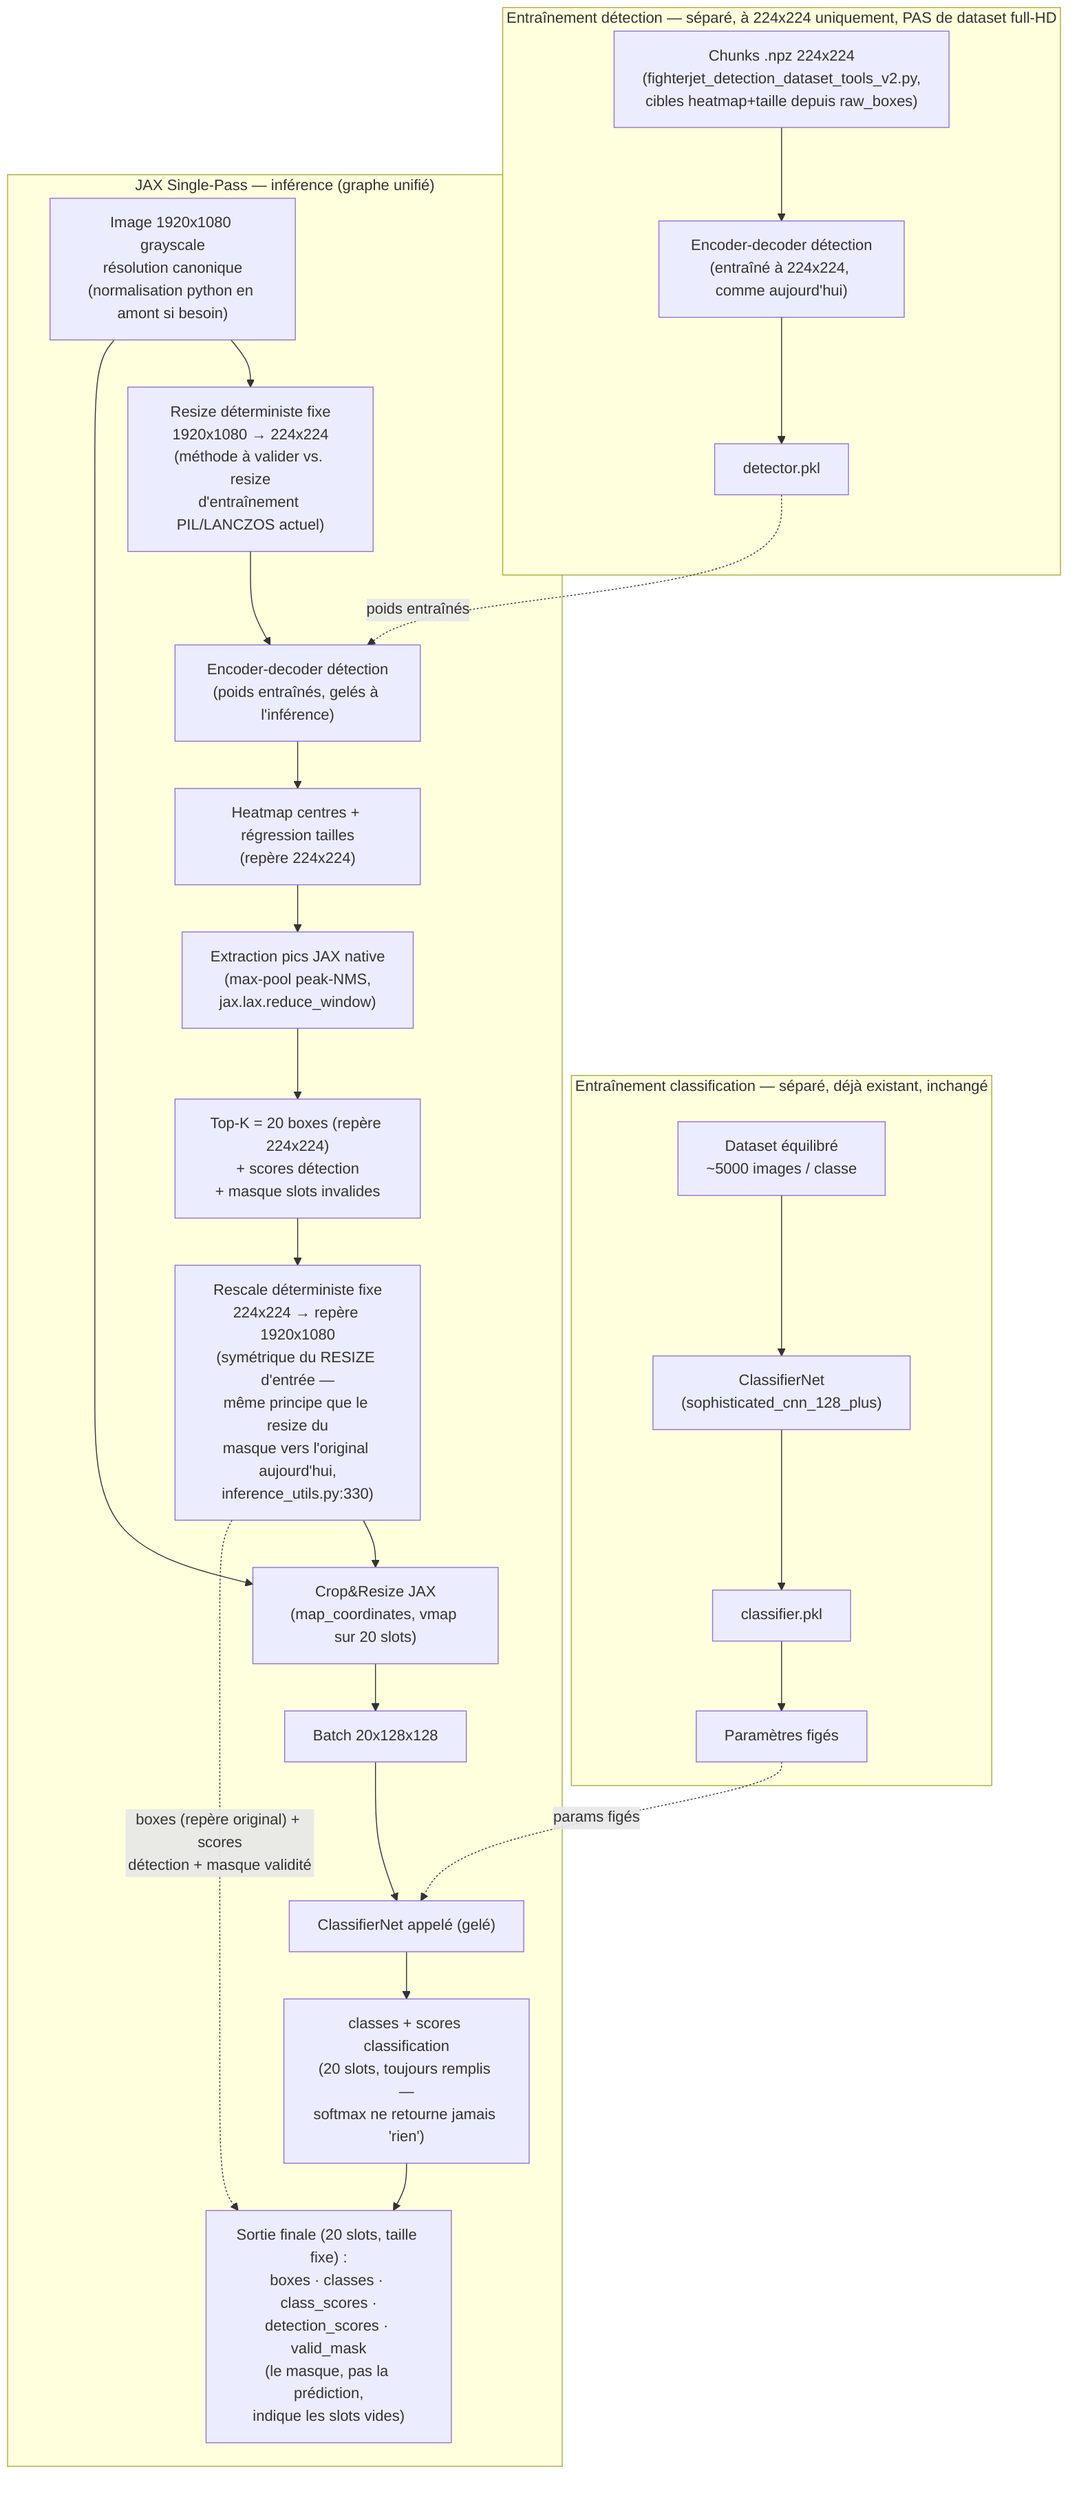
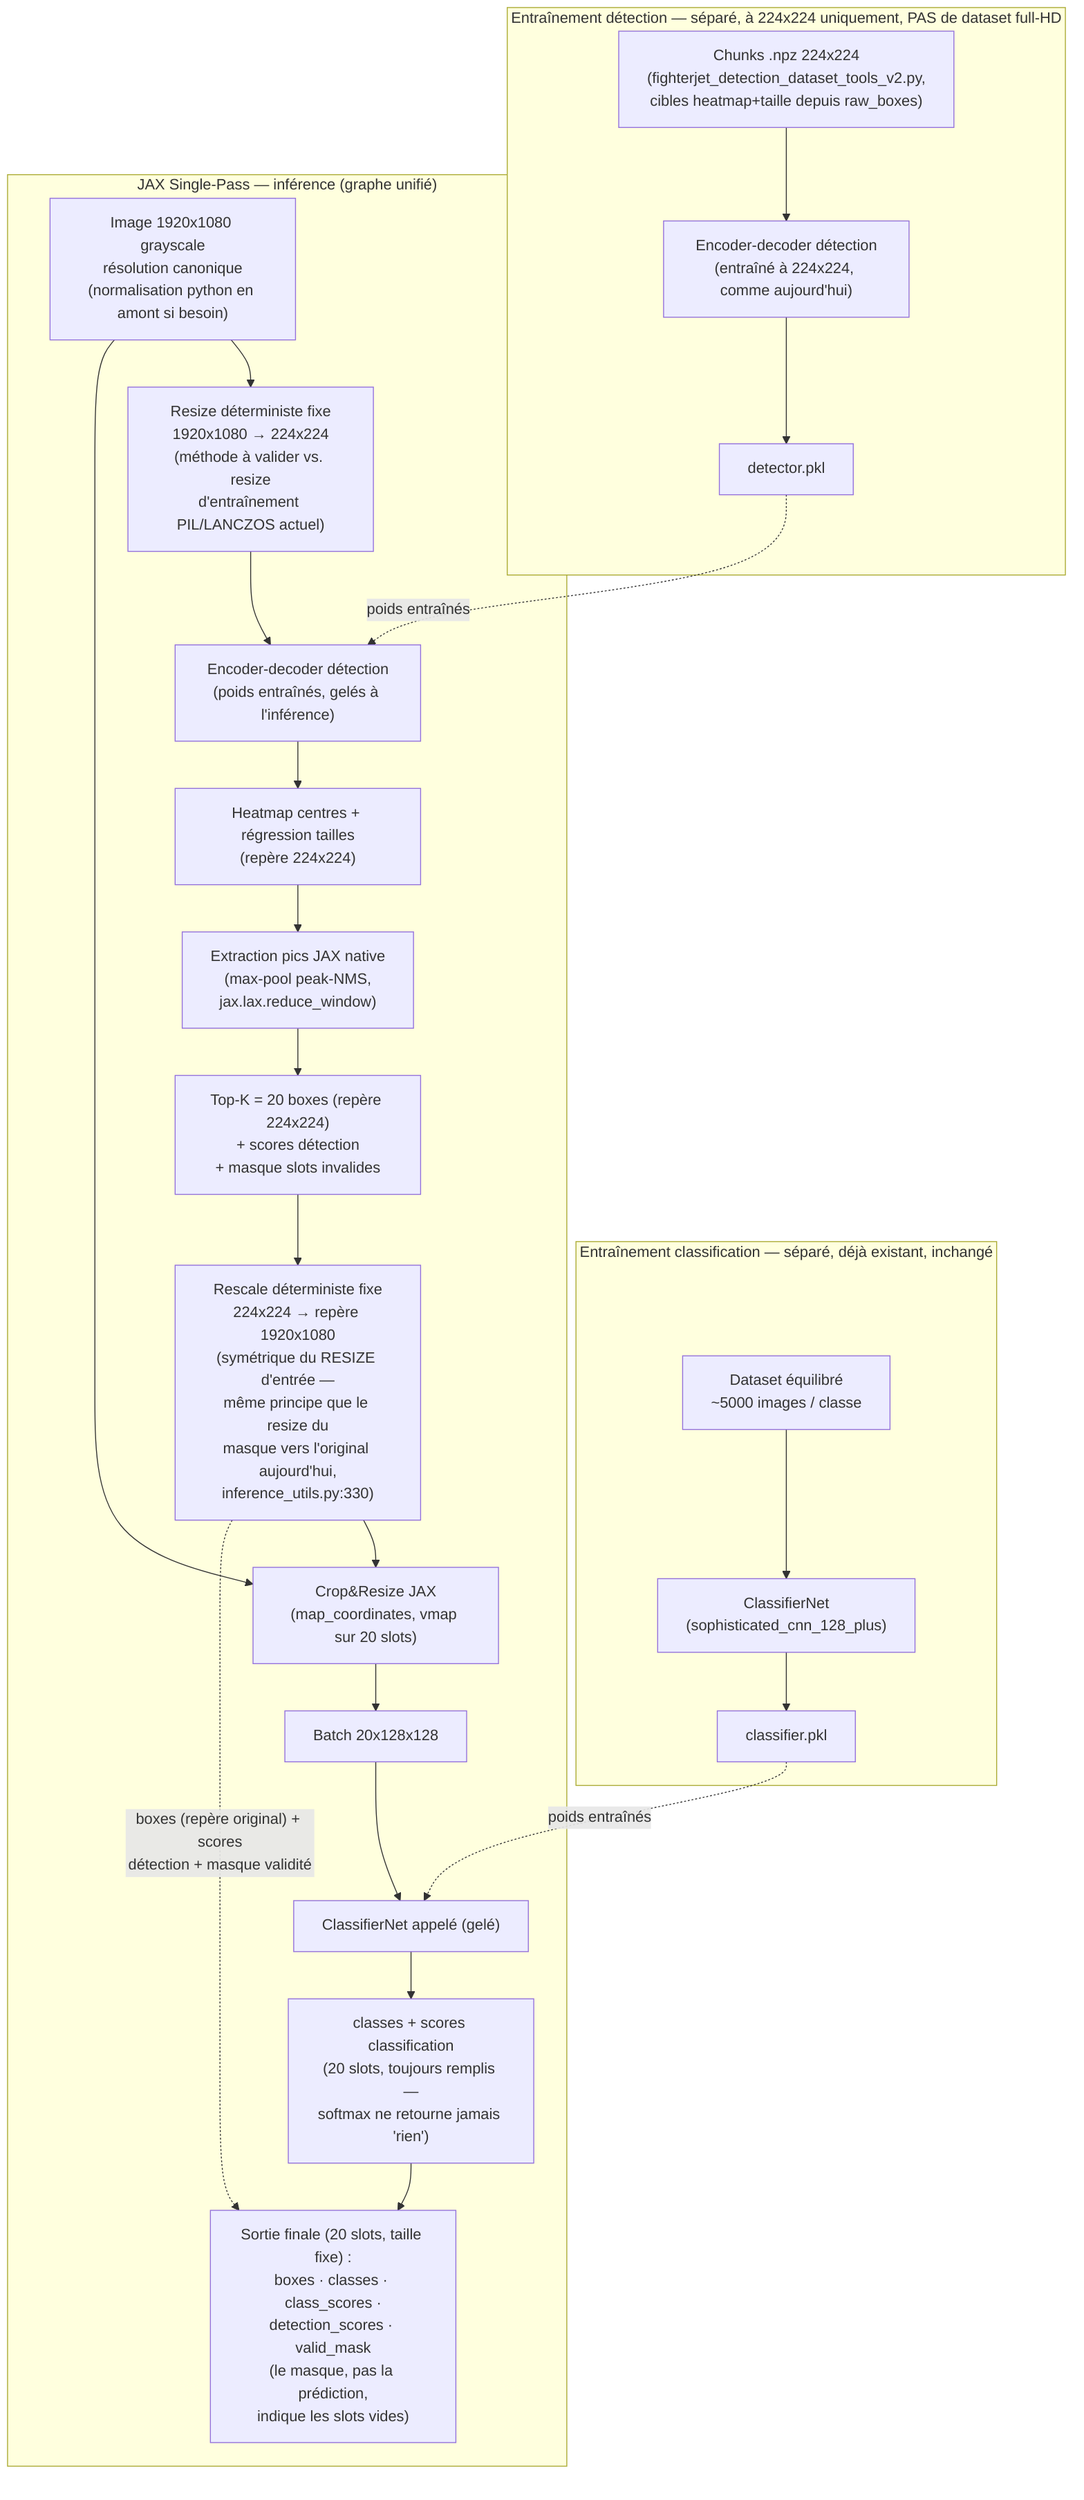
flowchart TB
    subgraph TRAIN["Entraînement classification — séparé, déjà existant, inchangé"]
        DS["Dataset équilibré<br/>~5000 images / classe"]
        DS --> CLF["ClassifierNet<br/>(sophisticated_cnn_128_plus)"]
        CLF --> PKL["classifier.pkl"]
-         PKL --> FROZEN["Paramètres figés"]
    end

    subgraph DETTRAIN["Entraînement détection — séparé, à 224x224 uniquement, PAS de dataset full-HD"]
        DSD["Chunks .npz 224x224<br/>(fighterjet_detection_dataset_tools_v2.py,<br/>cibles heatmap+taille depuis raw_boxes)"]
        DSD --> ENCTRAIN["Encoder-decoder détection<br/>(entraîné à 224x224, comme aujourd'hui)"]
        ENCTRAIN --> DETPKL["detector.pkl"]
    end

    subgraph DETECT["JAX Single-Pass — inférence (graphe unifié)"]
        IMG["Image 1920x1080 grayscale<br/>résolution canonique<br/>(normalisation python en amont si besoin)"]
        IMG --> RESIZE["Resize déterministe fixe<br/>1920x1080 → 224x224<br/>(méthode à valider vs. resize<br/>d'entraînement PIL/LANCZOS actuel)"]
        RESIZE --> ENC["Encoder-decoder détection<br/>(poids entraînés, gelés à l'inférence)"]
        DETPKL -.poids entraînés.-> ENC
        ENC --> HM["Heatmap centres + régression tailles<br/>(repère 224x224)"]
        HM --> PEAK["Extraction pics JAX native<br/>(max-pool peak-NMS,<br/>jax.lax.reduce_window)"]
        PEAK --> TOPK["Top-K = 20 boxes (repère 224x224)<br/>+ scores détection<br/>+ masque slots invalides"]
        TOPK --> RESCALE["Rescale déterministe fixe<br/>224x224 → repère 1920x1080<br/>(symétrique du RESIZE d'entrée —<br/>même principe que le resize du<br/>masque vers l'original aujourd'hui,<br/>inference_utils.py:330)"]
        IMG --> CROP["Crop&Resize JAX<br/>(map_coordinates, vmap sur 20 slots)"]
        RESCALE --> CROP
        CROP --> BATCH["Batch 20x128x128"]
        BATCH --> CLFCALL["ClassifierNet appelé (gelé)"]
-         FROZEN -.params figés.-> CLFCALL
+         PKL -.poids entraînés.-> CLFCALL
        CLFCALL --> CLSOUT["classes + scores classification<br/>(20 slots, toujours remplis —<br/>softmax ne retourne jamais 'rien')"]
        RESCALE -."boxes (repère original) + scores<br/>détection + masque validité".-> OUT
        CLSOUT --> OUT["Sortie finale (20 slots, taille fixe) :<br/>boxes · classes · class_scores ·<br/>detection_scores · valid_mask<br/>(le masque, pas la prédiction,<br/>indique les slots vides)"]
    end
